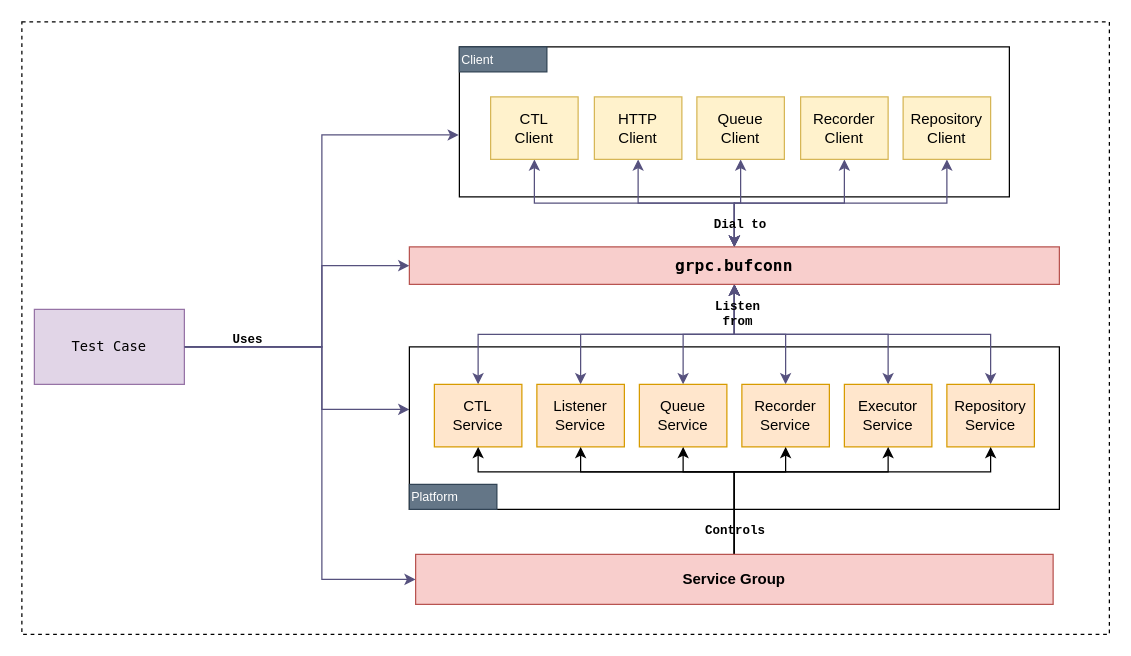
Before: page "Testing" (14 of 14) of docs/Jobico.drawio in andrescosta/jobico-fn, a draw.io diagram. Source tidied: cells renumbered, new cells numbered last; positions are measured from the earlier drawing's top-left corner, leaving out a move shared by most shapes. Both pictures are drawn from the tidied source at 125%, with x=0, y=0 at pixel (21, 21).
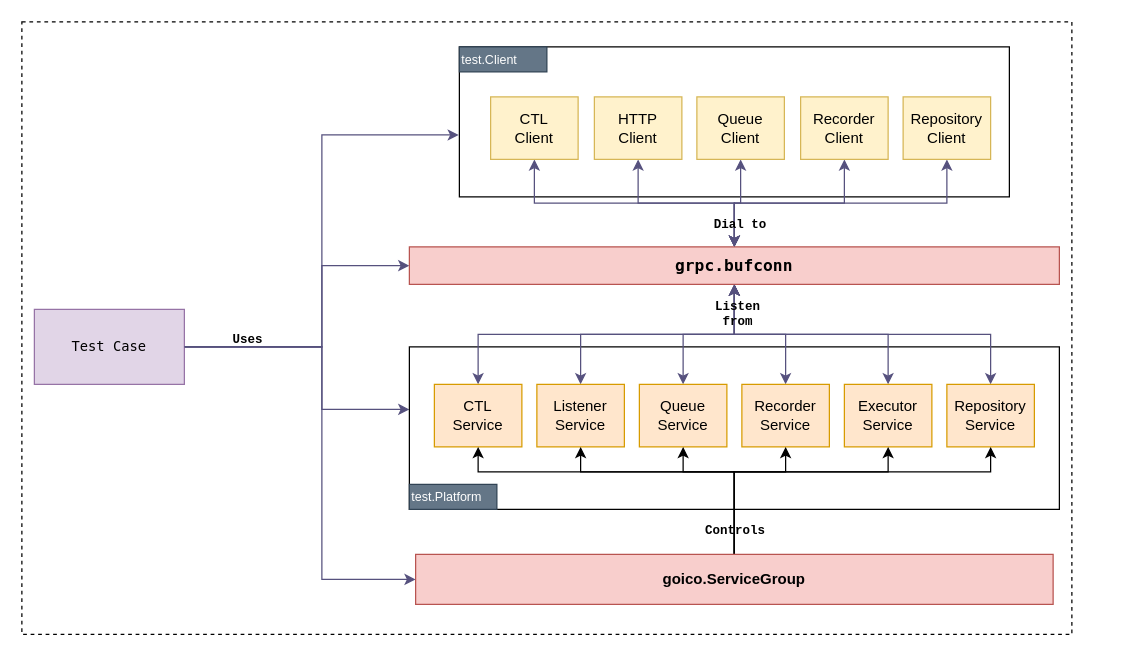
The same diagram, later.

Diff of the diagram source:
```diff
@@
     <mxCell id="2" style="rounded=0;whiteSpace=wrap;html=1;dashed=1;" parent="1" vertex="1">
-      <mxGeometry width="870" height="490" as="geometry" />
+      <mxGeometry width="840" height="490" as="geometry" />
     </mxCell>
@@
-    <mxCell id="27" value="Platform" style="rounded=0;whiteSpace=wrap;html=1;strokeColor=#314354;align=left;verticalAlign=middle;fontFamily=Helvetica;fontSize=10;fontColor=#ffffff;fillColor=#647687;" parent="1" vertex="1">
+    <mxCell id="27" value="test.Platform" style="rounded=0;whiteSpace=wrap;html=1;strokeColor=#314354;align=left;verticalAlign=middle;fontFamily=Helvetica;fontSize=10;fontColor=#ffffff;fillColor=#647687;" parent="1" vertex="1">
       <mxGeometry x="310" y="370" width="70" height="20" as="geometry" />
     </mxCell>
-    <mxCell id="28" value="Client" style="rounded=0;whiteSpace=wrap;html=1;strokeColor=#314354;align=left;verticalAlign=middle;fontFamily=Helvetica;fontSize=10;fontColor=#ffffff;fillColor=#647687;" parent="1" vertex="1">
+    <mxCell id="28" value="test.Client" style="rounded=0;whiteSpace=wrap;html=1;strokeColor=#314354;align=left;verticalAlign=middle;fontFamily=Helvetica;fontSize=10;fontColor=#ffffff;fillColor=#647687;" parent="1" vertex="1">
       <mxGeometry x="350" y="20" width="70" height="20" as="geometry" />
     </mxCell>
@@
-    <mxCell id="42" value="Service Group" style="rounded=0;whiteSpace=wrap;html=1;fillColor=#f8cecc;strokeColor=#b85450;fontStyle=1;" parent="1" vertex="1">
+    <mxCell id="42" value="goico.ServiceGroup" style="rounded=0;whiteSpace=wrap;html=1;fillColor=#f8cecc;strokeColor=#b85450;fontStyle=1;" parent="1" vertex="1">
       <mxGeometry x="315" y="426" width="510" height="40" as="geometry" />
     </mxCell>
```
